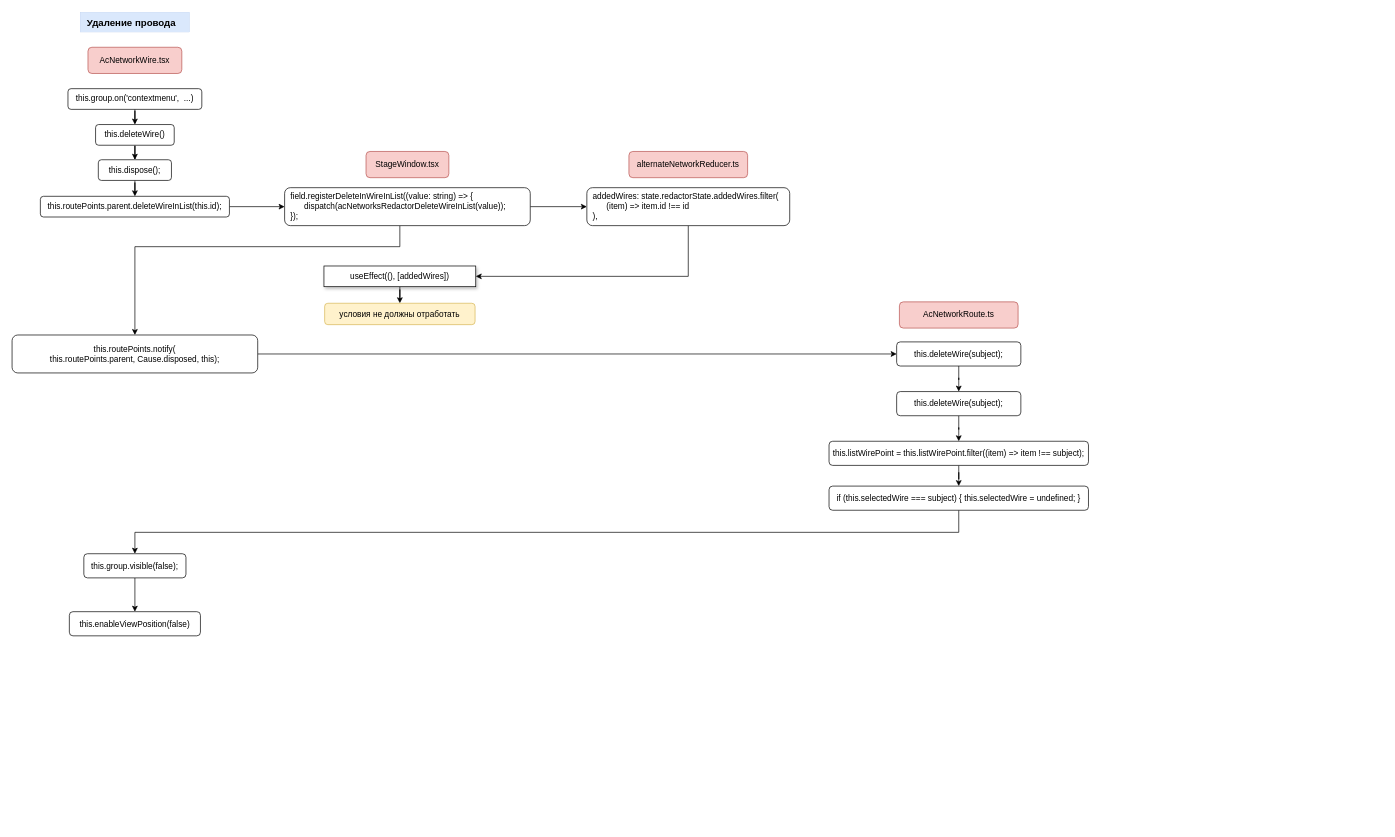
Earlier version of the draw.io diagram page "Удаление провода" (1 of 2) of Редактор сетей.drawio (orlov-oleg-developer/asuter-UML). Source tidied: cells renumbered, new cells numbered last; positions are measured from the earlier drawing's top-left corner, leaving out a move shared by most shapes. Both pictures are drawn from the tidied source at 69%, with x=0, y=0 at pixel (12, 12).
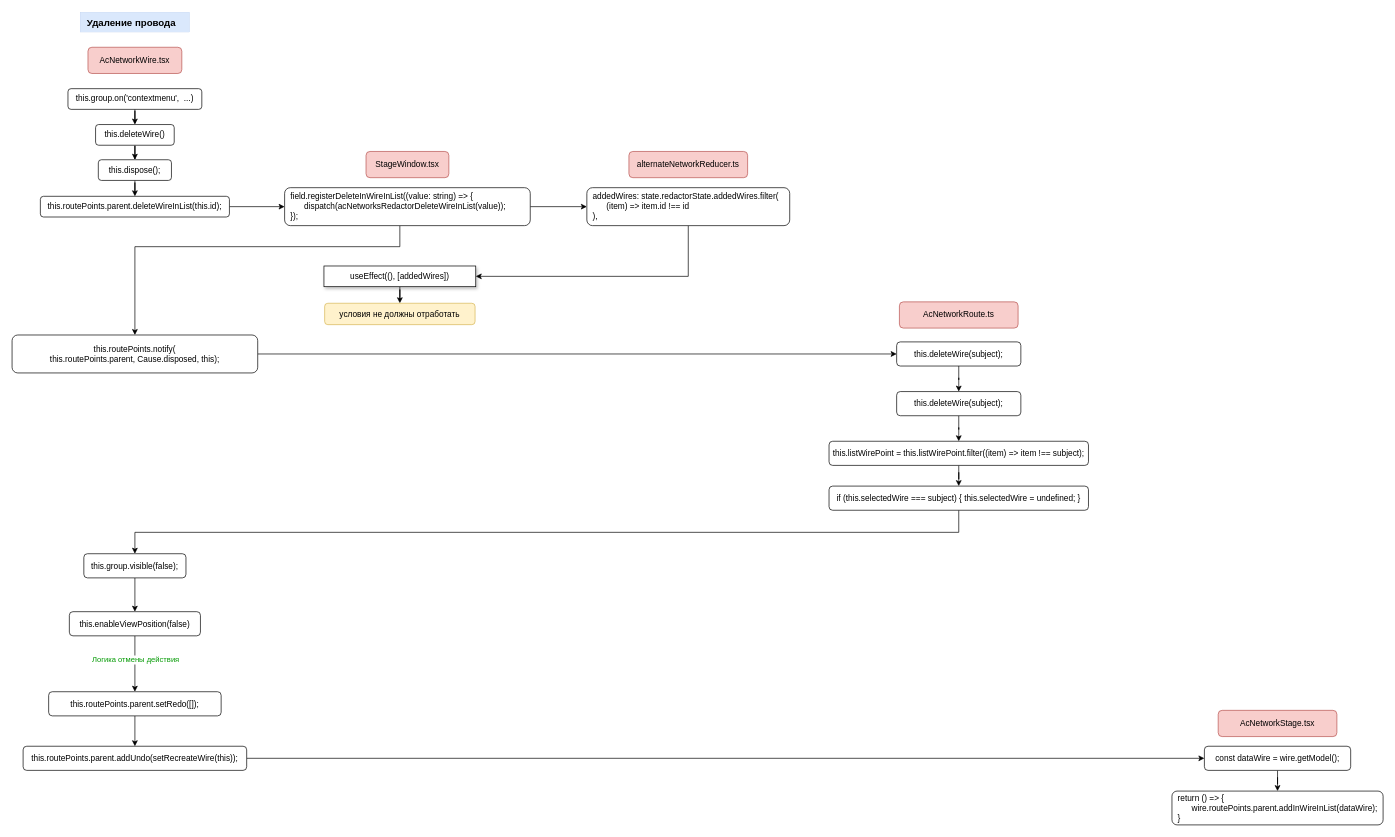
Above is the later version.

The change refers to these unchanged cells:
```xml
<mxCell id="32" value="this.enableViewPosition(false)" style="rounded=1;whiteSpace=wrap;html=1;align=center;" parent="1" vertex="1">
  <mxGeometry x="83" y="869" width="190" height="35" as="geometry" />
</mxCell>
```

Change to the diagram source:
```diff
@@
+    <mxCell id="36" style="edgeStyle=orthogonalEdgeStyle;rounded=0;jettySize=auto;html=1;entryX=0.5;entryY=0;entryDx=0;entryDy=0;" parent="1" edge="1" source="32" target="39">
+      <mxGeometry relative="1" as="geometry" />
+    </mxCell>
+    <mxCell id="37" value="Логика отмены действия" style="edgeLabel;html=1;align=center;verticalAlign=middle;fontColor=#009900;" parent="36" vertex="1">
+      <mxGeometry x="-0.15" relative="1" as="geometry" />
+    </mxCell>
@@
+    <mxCell id="38" style="edgeStyle=orthogonalEdgeStyle;rounded=0;jettySize=auto;html=1;entryX=0.5;entryY=0;entryDx=0;entryDy=0;" parent="1" edge="1" source="39" target="41">
+      <mxGeometry relative="1" as="geometry" />
+    </mxCell>
+    <mxCell id="39" value="this.routePoints.parent.setRedo([]);" style="rounded=1;whiteSpace=wrap;html=1;align=center;" parent="1" vertex="1">
+      <mxGeometry x="53" y="985" width="250" height="35" as="geometry" />
+    </mxCell>
+    <mxCell id="40" style="edgeStyle=orthogonalEdgeStyle;rounded=0;jettySize=auto;html=1;entryX=0;entryY=0.5;entryDx=0;entryDy=0;" parent="1" edge="1" source="41" target="44">
+      <mxGeometry relative="1" as="geometry" />
+    </mxCell>
+    <mxCell id="41" value="this.routePoints.parent.addUndo(setRecreateWire(this));" style="rounded=1;whiteSpace=wrap;html=1;align=center;" parent="1" vertex="1">
+      <mxGeometry x="16" y="1064" width="324" height="35" as="geometry" />
+    </mxCell>
+    <mxCell id="42" value="AcNetworkStage.tsx" style="rounded=1;whiteSpace=wrap;html=1;glass=0;fillColor=#f8cecc;strokeColor=#b85450;" parent="1" vertex="1">
+      <mxGeometry x="1748" y="1012" width="172" height="38" as="geometry" />
+    </mxCell>
+    <mxCell id="43" style="edgeStyle=orthogonalEdgeStyle;rounded=0;jettySize=auto;html=1;entryX=0.5;entryY=0;entryDx=0;entryDy=0;" parent="1" edge="1" source="44" target="45">
+      <mxGeometry relative="1" as="geometry" />
+    </mxCell>
+    <mxCell id="44" value="const dataWire = wire.getModel();" style="rounded=1;whiteSpace=wrap;html=1;align=center;" parent="1" vertex="1">
+      <mxGeometry x="1728" y="1064" width="212" height="35" as="geometry" />
+    </mxCell>
+    <mxCell id="45" value="&amp;nbsp; return () =&amp;gt; { &lt;span style=&quot;white-space: pre;&quot;&gt;&#9;&lt;/span&gt;wire.routePoints.parent.addInWireInList(dataWire);&lt;br&gt;&amp;nbsp; }" style="rounded=1;whiteSpace=wrap;html=1;align=left;" parent="1" vertex="1">
+      <mxGeometry x="1681" y="1129" width="306" height="49" as="geometry" />
+    </mxCell>
```
